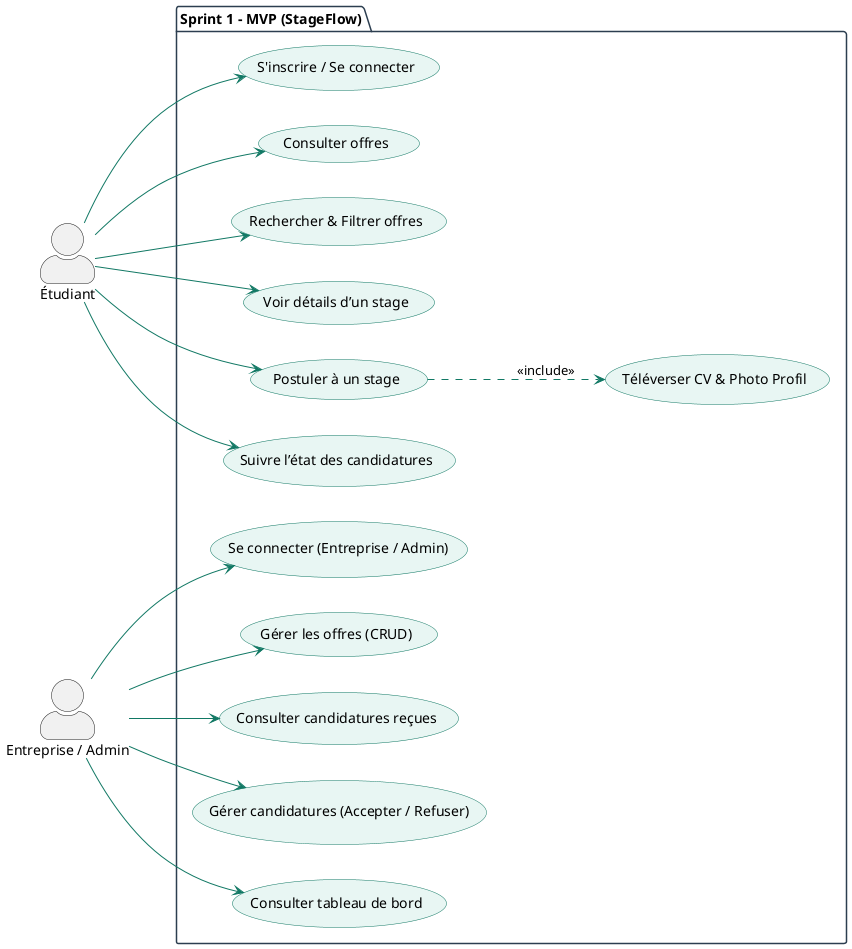
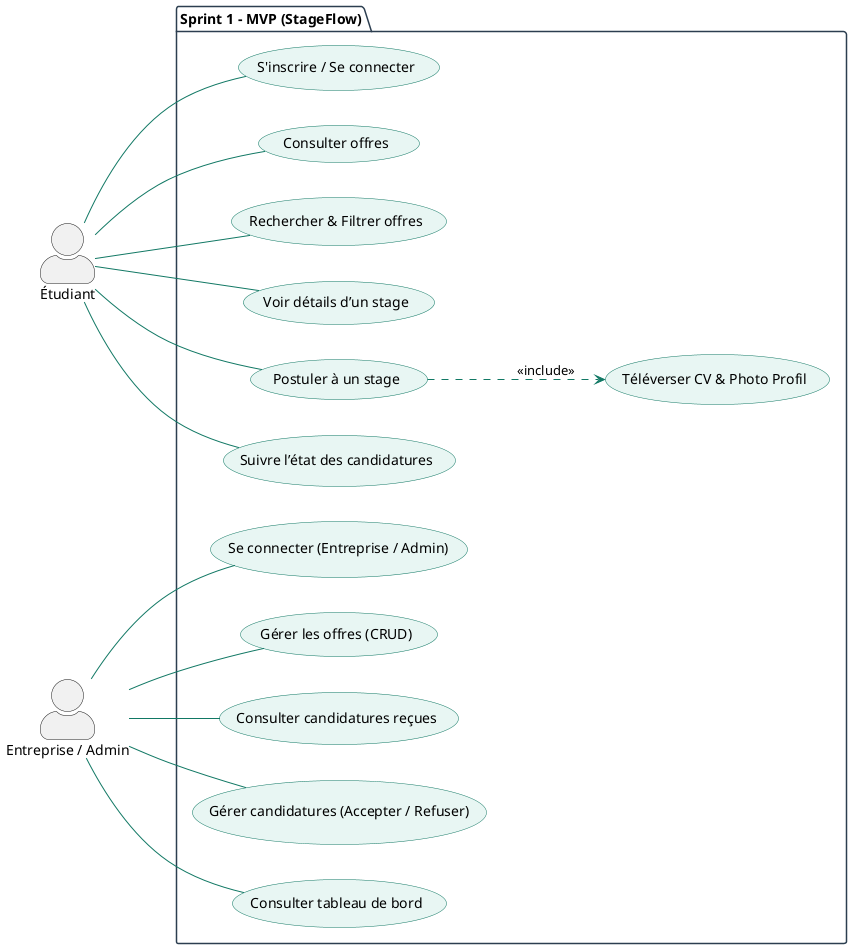
@startuml StageFlow_Sprint1
skinparam actorStyle awesome
left to right direction

skinparam package {
    BackgroundColor White
    BorderColor #2C3E50
}

skinparam usecase {
    BackgroundColor #E8F6F3
    BorderColor #117864
    ArrowColor #117864
}

actor "Étudiant" as E
actor "Entreprise / Admin" as Ent

package "Sprint 1 – MVP (StageFlow)" {

    ' ========================
    ' Espace Étudiant
    ' ========================
    usecase "S'inscrire / Se connecter" as UC1
    usecase "Consulter offres" as UC2
    usecase "Rechercher & Filtrer offres" as UC3
    usecase "Voir détails d’un stage" as UC4
    usecase "Postuler à un stage" as UC5
    usecase "Téléverser CV & Photo Profil" as UC6
    usecase "Suivre l’état des candidatures" as UC7

-     E --> UC1
-     E --> UC2
-     E --> UC3
-     E --> UC4
-     E --> UC5
-     E --> UC7
+     E -- UC1
+     E -- UC2
+     E -- UC3
+     E -- UC4
+     E -- UC5
+     E -- UC7

    UC5 ..> UC6 : <<include>>

    ' ========================
    ' Espace Entreprise
    ' ========================
    usecase "Se connecter (Entreprise / Admin)" as UC8
    usecase "Gérer les offres (CRUD)" as UC9
    usecase "Consulter candidatures reçues" as UC10
    usecase "Gérer candidatures (Accepter / Refuser)" as UC11
    usecase "Consulter tableau de bord" as UC12

-     Ent --> UC8
-     Ent --> UC9
-     Ent --> UC10
-     Ent --> UC11
-     Ent --> UC12
+     Ent -- UC8
+     Ent -- UC9
+     Ent -- UC10
+     Ent -- UC11
+     Ent -- UC12
}

@enduml